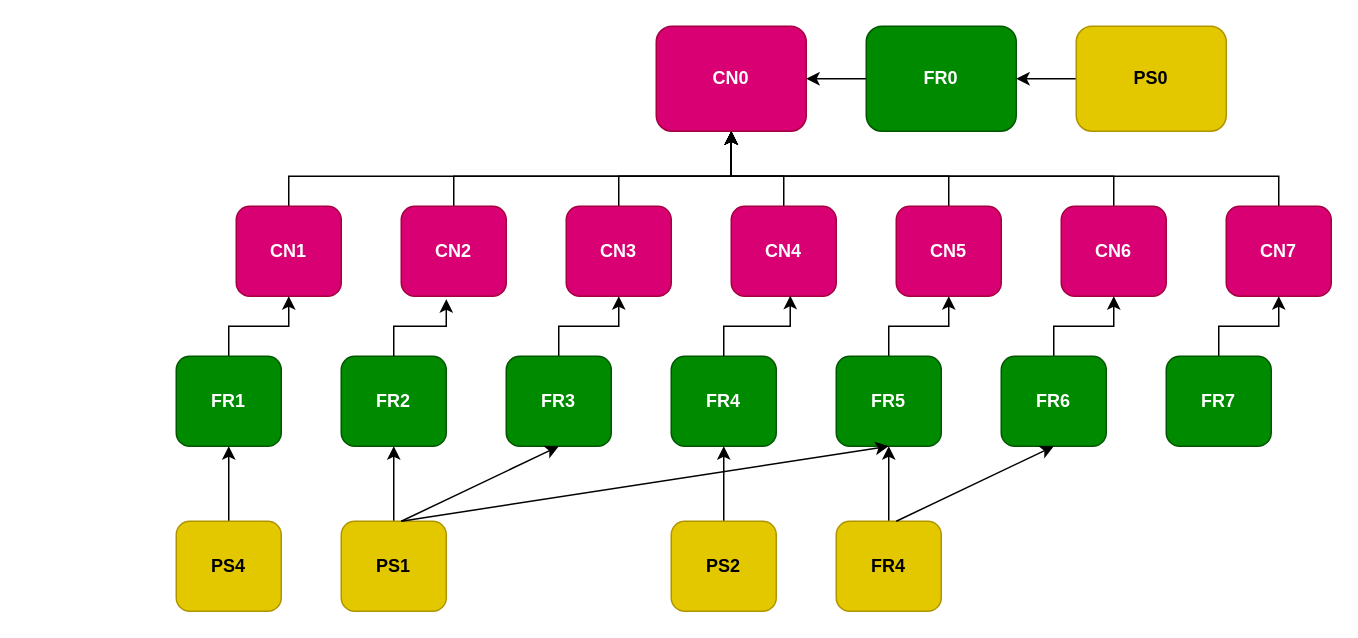
Earlier version of the draw.io diagram page "PS (Week6)" (3 of 3) of Untitled Diagram.drawio (asdismilla/FlowChart). Source tidied: cells renumbered, new cells numbered last; positions are measured from the earlier drawing's top-left corner, leaving out a move shared by most shapes. Both pictures are drawn from the tidied source at 150%, with x=0, y=0 at pixel (176, 26).
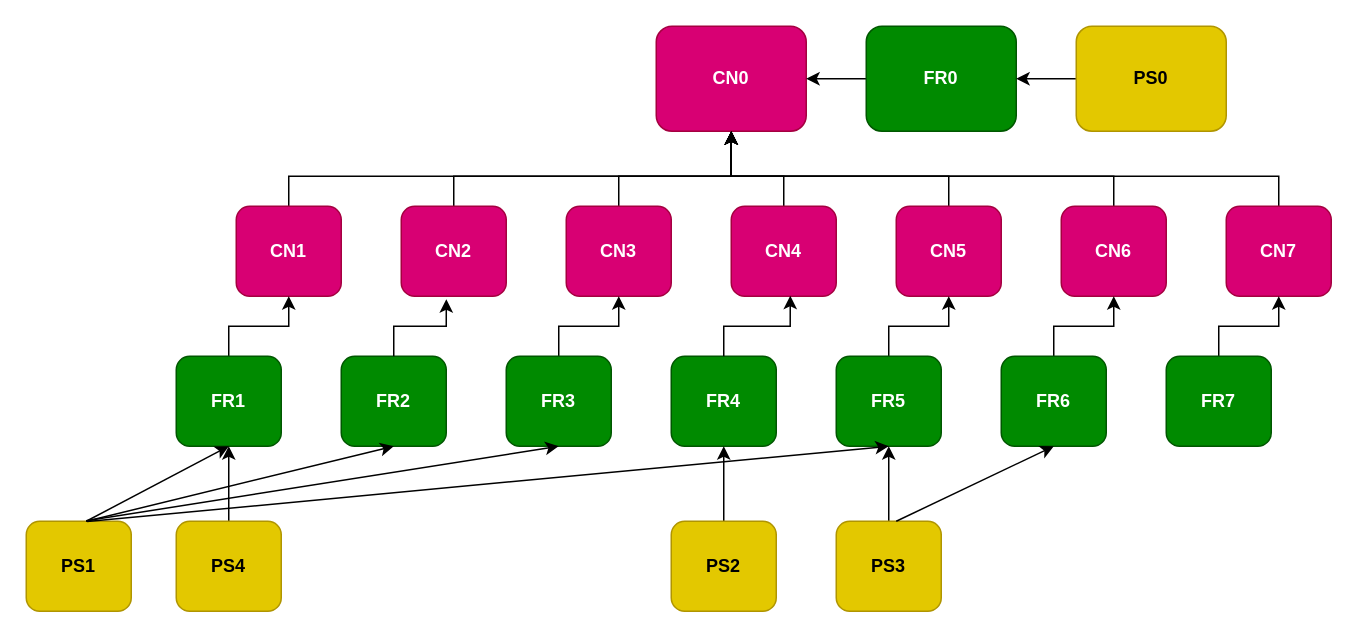
Above is the later version.

Unchanged cells that the change refers to:
```xml
<mxCell id="22" value="&lt;b&gt;FR5&lt;/b&gt;" style="rounded=1;whiteSpace=wrap;html=1;fillColor=#008a00;fontColor=#ffffff;strokeColor=#005700;" parent="1" vertex="1">
  <mxGeometry x="440" y="220" width="70" height="60" as="geometry" />
</mxCell>
<mxCell id="25" value="&lt;b&gt;FR3&lt;/b&gt;" style="rounded=1;whiteSpace=wrap;html=1;fillColor=#008a00;fontColor=#ffffff;strokeColor=#005700;" parent="1" vertex="1">
  <mxGeometry x="220" y="220" width="70" height="60" as="geometry" />
</mxCell>
<mxCell id="26" value="&lt;b&gt;FR2&lt;/b&gt;" style="rounded=1;whiteSpace=wrap;html=1;fillColor=#008a00;fontColor=#ffffff;strokeColor=#005700;" parent="1" vertex="1">
  <mxGeometry x="110" y="220" width="70" height="60" as="geometry" />
</mxCell>
<mxCell id="28" value="&lt;b&gt;FR1&lt;/b&gt;" style="rounded=1;whiteSpace=wrap;html=1;fillColor=#008a00;fontColor=#ffffff;strokeColor=#005700;" parent="1" vertex="1">
  <mxGeometry y="220" width="70" height="60" as="geometry" />
</mxCell>
```

What changed in the source:
```diff
@@
-    <mxCell id="36" value="&lt;b&gt;FR4&lt;/b&gt;" style="rounded=1;whiteSpace=wrap;html=1;fillColor=#e3c800;fontColor=#000000;strokeColor=#B09500;" parent="1" vertex="1">
+    <mxCell id="36" value="&lt;b&gt;PS3&lt;/b&gt;" style="rounded=1;whiteSpace=wrap;html=1;fillColor=#e3c800;fontColor=#000000;strokeColor=#B09500;" parent="1" vertex="1">
       <mxGeometry x="440" y="330" width="70" height="60" as="geometry" />
     </mxCell>
@@
-    <mxCell id="39" style="edgeStyle=orthogonalEdgeStyle;rounded=0;jettySize=auto;html=1;" parent="1" edge="1" source="40" target="26">
-      <mxGeometry relative="1" as="geometry" />
-    </mxCell>
     <mxCell id="40" value="&lt;b&gt;PS1&lt;/b&gt;" style="rounded=1;whiteSpace=wrap;html=1;fillColor=#e3c800;fontColor=#000000;strokeColor=#B09500;" parent="1" vertex="1">
-      <mxGeometry x="110" y="330" width="70" height="60" as="geometry" />
+      <mxGeometry x="-100" y="330" width="70" height="60" as="geometry" />
     </mxCell>
@@
-    <mxCell id="43" style="endArrow=classic;html=1;rounded=0;entryX=0.5;entryY=1;entryDx=0;entryDy=0;" parent="1" edge="1" target="25">
-      <mxGeometry relative="1" as="geometry">
-        <mxPoint x="150" y="330" as="sourcePoint" />
-      </mxGeometry>
+    <mxCell id="43" style="endArrow=classic;html=1;rounded=0;entryX=0.5;entryY=1;entryDx=0;entryDy=0;exitX=0.571;exitY=-0.005;exitDx=0;exitDy=0;exitPerimeter=0;" parent="1" edge="1" source="40" target="25">
+      <mxGeometry relative="1" as="geometry" />
     </mxCell>
-    <mxCell id="44" style="endArrow=classic;html=1;rounded=0;entryX=0.5;entryY=1;entryDx=0;entryDy=0;" parent="1" edge="1" target="22">
-      <mxGeometry relative="1" as="geometry">
-        <mxPoint x="150" y="330" as="sourcePoint" />
-      </mxGeometry>
+    <mxCell id="44" style="endArrow=classic;html=1;rounded=0;entryX=0.5;entryY=1;entryDx=0;entryDy=0;exitX=0.58;exitY=0.004;exitDx=0;exitDy=0;exitPerimeter=0;" parent="1" edge="1" source="40" target="22">
+      <mxGeometry relative="1" as="geometry" />
     </mxCell>
@@
+    <mxCell id="46" style="endArrow=classic;html=1;rounded=0;entryX=0.5;entryY=1;entryDx=0;entryDy=0;" parent="1" edge="1" target="26">
+      <mxGeometry relative="1" as="geometry">
+        <mxPoint x="-60" y="330" as="sourcePoint" />
+      </mxGeometry>
+    </mxCell>
+    <mxCell id="47" style="endArrow=classic;html=1;rounded=0;entryX=0.5;entryY=1;entryDx=0;entryDy=0;exitX=0.633;exitY=0.019;exitDx=0;exitDy=0;exitPerimeter=0;" parent="1" edge="1" target="28">
+      <mxGeometry relative="1" as="geometry">
+        <mxPoint x="-60" y="330" as="sourcePoint" />
+      </mxGeometry>
+    </mxCell>
```
